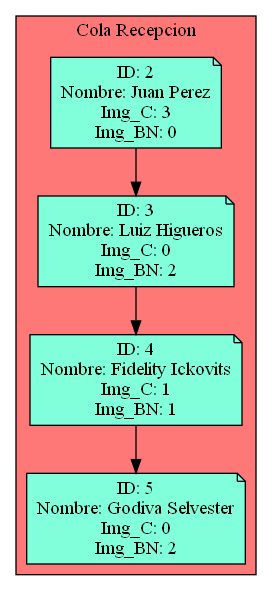
Before: Cola_Reception.png, a diagram exported from Graphviz (Serch-ING/EDD_UDRAWING_202000119). Its source is kept beside it as Cola_Reception.dot.
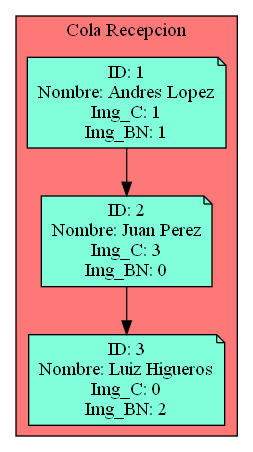
After the change.

The edit, as a diff of the source:
```diff
@@ -3,6 +3,10 @@
 subgraph cluster_p{
     label= " Cola Recepcion "
     bgcolor = "#FF7878"
+Nodo694316372[label="ID: 1
+Nombre: Andres Lopez
+Img_C: 1
+Img_BN: 1",fillcolor="#81FFDA"]
 Nodo1516500233[label="ID: 2
 Nombre: Juan Perez
 Img_C: 3
@@ -11,15 +15,6 @@
 Nombre: Luiz Higueros
 Img_C: 0
 Img_BN: 2",fillcolor="#81FFDA"]
-Nodo893192050[label="ID: 4
-Nombre: Fidelity Ickovits
-Img_C: 1
-Img_BN: 1",fillcolor="#81FFDA"]
-Nodo644345897[label="ID: 5
-Nombre: Godiva Selvester
-Img_C: 0
-Img_BN: 2",fillcolor="#81FFDA"]
+Nodo694316372 -> Nodo1516500233
 Nodo1516500233 -> Nodo1850180796
-Nodo1850180796 -> Nodo893192050
-Nodo893192050 -> Nodo644345897
 }}
```
